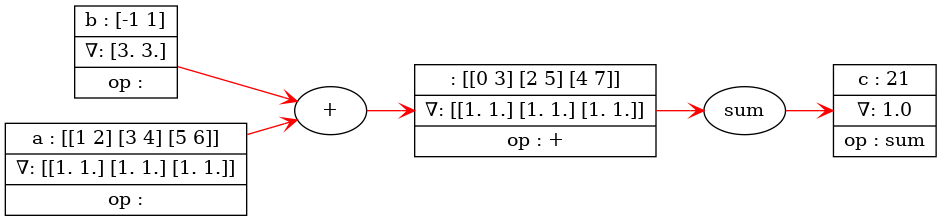
jrdfm/autograd keeps this Graphviz diagram as Digraph.gv.png. Above is the earlier version. Its source is kept beside it as Digraph.gv. Its diagram source:
```dot
digraph {
	graph [rankdir=LR]
	140448320237200 [label="c : 21 | ∇ : 1.0| op : sum" shape=record]
	"140448320237200sum" [label=sum]
	edge [arrowhead=vee color=red]
	"140448320237200sum" -> 140448320237200
	140448320240016 [label=" : [[0 3]
 [2 5]
 [4 7]] | ∇ : [[1. 1.]
 [1. 1.]
 [1. 1.]]| op : +" shape=record]
	"140448320240016+" [label="+"]
	edge [arrowhead=vee color=red]
	"140448320240016+" -> 140448320240016
	140448327379344 [label="b : [-1  1] | ∇ : [3. 3.]| op : " shape=record]
	140448320237328 [label="a : [[1 2]
 [3 4]
 [5 6]] | ∇ : [[1. 1.]
 [1. 1.]
 [1. 1.]]| op : " shape=record]
	140448327379344 -> "140448320240016+"
	140448320237328 -> "140448320240016+"
	140448320240016 -> "140448320237200sum"
}
```
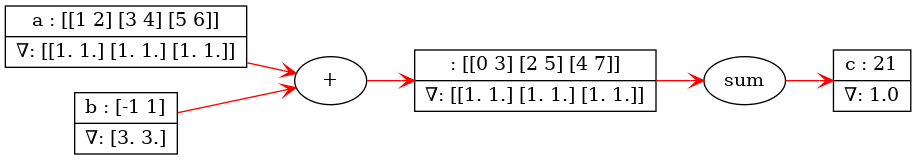
After the change.

Change to the diagram source:
```diff
@@ -1,24 +1,24 @@
 digraph {
 	graph [rankdir=LR]
-	140448320237200 [label="c : 21 | ∇ : 1.0| op : sum" shape=record]
-	"140448320237200sum" [label=sum]
-	edge [arrowhead=vee color=red]
-	"140448320237200sum" -> 140448320237200
-	140448320240016 [label=" : [[0 3]
+	140292698670608 [label=" : [[0 3]
  [2 5]
  [4 7]] | ∇ : [[1. 1.]
  [1. 1.]
- [1. 1.]]| op : +" shape=record]
-	"140448320240016+" [label="+"]
+ [1. 1.]]" shape=record]
+	"140292698670608+" [label="+"]
 	edge [arrowhead=vee color=red]
-	"140448320240016+" -> 140448320240016
-	140448327379344 [label="b : [-1  1] | ∇ : [3. 3.]| op : " shape=record]
-	140448320237328 [label="a : [[1 2]
+	"140292698670608+" -> 140292698670608
+	140292698617360 [label="a : [[1 2]
  [3 4]
  [5 6]] | ∇ : [[1. 1.]
  [1. 1.]
- [1. 1.]]| op : " shape=record]
-	140448327379344 -> "140448320240016+"
-	140448320237328 -> "140448320240016+"
-	140448320240016 -> "140448320237200sum"
+ [1. 1.]]" shape=record]
+	140292697386064 [label="c : 21 | ∇ : 1.0" shape=record]
+	"140292697386064sum" [label=sum]
+	edge [arrowhead=vee color=red]
+	"140292697386064sum" -> 140292697386064
+	140292697225616 [label="b : [-1  1] | ∇ : [3. 3.]" shape=record]
+	140292698617360 -> "140292698670608+"
+	140292698670608 -> "140292697386064sum"
+	140292697225616 -> "140292698670608+"
 }
```
